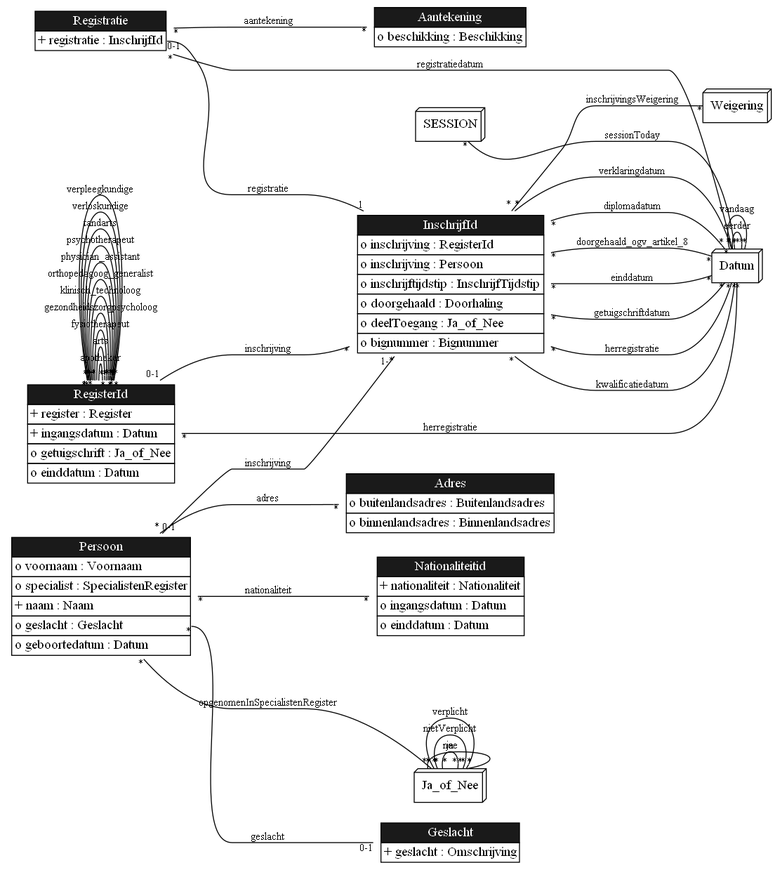
This is docs/images/LogicalDataModel.png from gedelaar/BIG, a Graphviz export, as it was before one commit. Its source is kept beside it as docs/images/LogicalDataModel.gv.
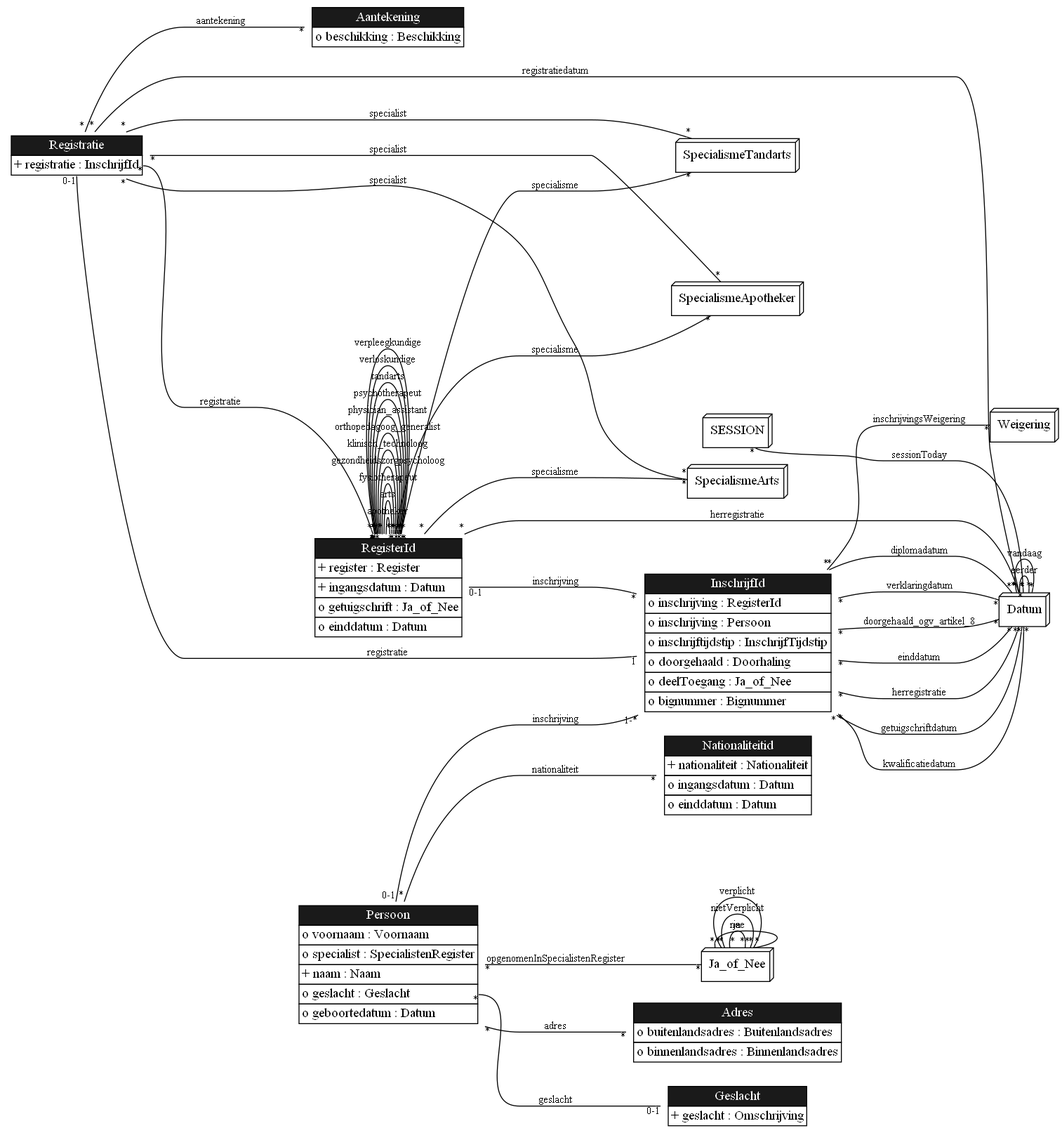
After the commit.

Change to the diagram source:
```diff
@@ -163,6 +163,27 @@
 		label=herregistratie,
 		labelfloat=true,
 		taillabel="*"];
+	SpecialismeApotheker	[label=SpecialismeApotheker,
+		shape=box3d];
+	RegisterId:specialisme -> SpecialismeApotheker	[arrowhead=onone,
+		headlabel="*",
+		label=specialisme,
+		labelfloat=true,
+		taillabel="*"];
+	SpecialismeArts	[label=SpecialismeArts,
+		shape=box3d];
+	RegisterId:specialisme -> SpecialismeArts	[arrowhead=onone,
+		headlabel="*",
+		label=specialisme,
+		labelfloat=true,
+		taillabel="*"];
+	SpecialismeTandarts	[label=SpecialismeTandarts,
+		shape=box3d];
+	RegisterId:specialisme -> SpecialismeTandarts	[arrowhead=onone,
+		headlabel="*",
+		label=specialisme,
+		labelfloat=true,
+		taillabel="*"];
 	Registratie	[color=purple,
 		label=<<TABLE BGCOLOR="white" COLOR="black" BORDER="0" CELLBORDER="1" CELLSPACING="0"><TR><TD BGCOLOR="gray10" COLOR="black"><FONT COLOR="white">Registratie</FONT></TD></TR><TR><TD ALIGN="LEFT" PORT="registratie">+ registratie : InschrijfId</TD></TR></TABLE>>,
 		shape=plaintext];
@@ -176,9 +197,29 @@
 		label=registratie,
 		labelfloat=true,
 		taillabel="0-1"];
+	Registratie:registratie -> RegisterId	[arrowhead=onone,
+		headlabel="*",
+		label=registratie,
+		labelfloat=true,
+		taillabel="*"];
 	Registratie:registratiedatum -> Datum	[arrowhead=onone,
 		headlabel="*",
 		label=registratiedatum,
+		labelfloat=true,
+		taillabel="*"];
+	Registratie:specialist -> SpecialismeApotheker	[arrowhead=onone,
+		headlabel="*",
+		label=specialist,
+		labelfloat=true,
+		taillabel="*"];
+	Registratie:specialist -> SpecialismeArts	[arrowhead=onone,
+		headlabel="*",
+		label=specialist,
+		labelfloat=true,
+		taillabel="*"];
+	Registratie:specialist -> SpecialismeTandarts	[arrowhead=onone,
+		headlabel="*",
+		label=specialist,
 		labelfloat=true,
 		taillabel="*"];
 	Datum:eerder -> Datum	[arrowhead=onone,
```
